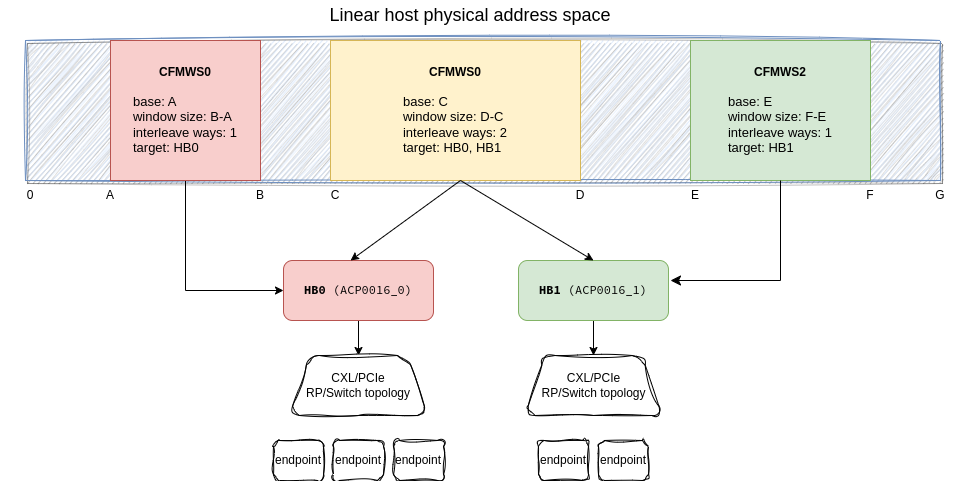
Above: docs/source/img-src/cfmws-0.png in computexpresslink/cxl-rtd (draw.io), before the change. Source tidied: cells renumbered, new cells last; positions are measured from the earlier drawing's top-left corner, leaving out a move shared by most shapes.
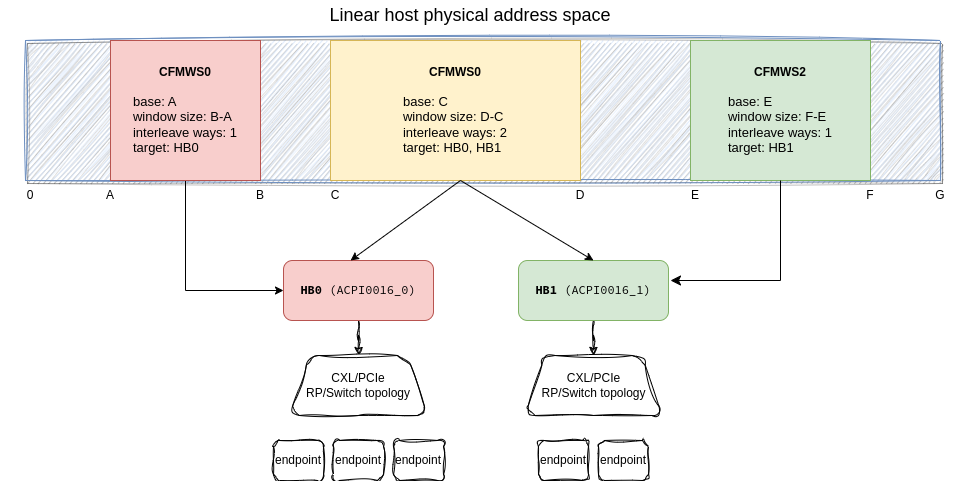
After the commit.

Change to the diagram source:
```diff
@@ -44,10 +44,10 @@
     <mxCell id="15" value="&lt;b&gt;CFMWS0&lt;br&gt;&lt;/b&gt;&lt;br&gt;&lt;div style=&quot;text-align: left; font-size: 13px;&quot;&gt;&lt;span style=&quot;background-color: initial;&quot;&gt;&lt;font style=&quot;font-size: 13px;&quot;&gt;base: C&lt;/font&gt;&lt;/span&gt;&lt;/div&gt;&lt;div style=&quot;text-align: left; font-size: 13px;&quot;&gt;&lt;span style=&quot;background-color: initial;&quot;&gt;&lt;font style=&quot;font-size: 13px;&quot;&gt;window size: D-C&lt;/font&gt;&lt;/span&gt;&lt;/div&gt;&lt;div style=&quot;text-align: left; font-size: 13px;&quot;&gt;&lt;span style=&quot;background-color: initial;&quot;&gt;&lt;font style=&quot;font-size: 13px;&quot;&gt;interleave ways: 2&lt;/font&gt;&lt;/span&gt;&lt;/div&gt;&lt;div style=&quot;text-align: left; font-size: 13px;&quot;&gt;&lt;span style=&quot;background-color: initial;&quot;&gt;target: HB0, HB1&lt;/span&gt;&lt;br&gt;&lt;/div&gt;" style="rounded=0;whiteSpace=wrap;html=1;fillColor=#fff2cc;strokeColor=#d6b656;" parent="1" vertex="1">
       <mxGeometry x="330" y="40" width="250" height="140" as="geometry" />
     </mxCell>
-    <mxCell id="16" style="edgeStyle=orthogonalEdgeStyle;rounded=0;jettySize=auto;html=1;" parent="1" edge="1" source="17" target="18">
+    <mxCell id="16" style="edgeStyle=orthogonalEdgeStyle;rounded=0;jettySize=auto;html=1;sketch=1;curveFitting=1;jiggle=2;" parent="1" edge="1" source="17" target="18">
       <mxGeometry relative="1" as="geometry" />
     </mxCell>
-    <mxCell id="17" value="&lt;pre&gt;&lt;b&gt;HB1&lt;/b&gt; (ACP0016_1)&lt;/pre&gt;" style="rounded=1;whiteSpace=wrap;html=1;fillColor=#d5e8d4;strokeColor=#82b366;" parent="1" vertex="1">
+    <mxCell id="17" value="&lt;pre&gt;&lt;b&gt;HB1&lt;/b&gt; (ACPI0016_1)&lt;/pre&gt;" style="rounded=1;whiteSpace=wrap;html=1;fillColor=#d5e8d4;strokeColor=#82b366;" parent="1" vertex="1">
       <mxGeometry x="518" y="260" width="150" height="60" as="geometry" />
     </mxCell>
     <mxCell id="18" value="CXL/PCIe&lt;br&gt;RP/Switch&amp;nbsp;topology&lt;br&gt;" style="shape=trapezoid;perimeter=trapezoidPerimeter;whiteSpace=wrap;html=1;fixedSize=1;rounded=1;sketch=1;curveFitting=1;jiggle=2;" parent="1" vertex="1">
@@ -59,10 +59,10 @@
     <mxCell id="20" value="endpoint" style="rounded=1;whiteSpace=wrap;html=1;sketch=1;curveFitting=1;jiggle=2;" parent="1" vertex="1">
       <mxGeometry x="598" y="440" width="50" height="40" as="geometry" />
     </mxCell>
-    <mxCell id="21" style="edgeStyle=orthogonalEdgeStyle;rounded=0;jettySize=auto;html=1;" parent="1" edge="1" source="22" target="23">
+    <mxCell id="21" style="edgeStyle=orthogonalEdgeStyle;rounded=0;jettySize=auto;html=1;sketch=1;curveFitting=1;jiggle=2;" parent="1" edge="1" source="22" target="23">
       <mxGeometry relative="1" as="geometry" />
     </mxCell>
-    <mxCell id="22" value="&lt;pre&gt;&lt;b&gt;HB0&lt;/b&gt; (ACP0016_0)&lt;/pre&gt;" style="rounded=1;whiteSpace=wrap;html=1;fillColor=#f8cecc;strokeColor=#b85450;" parent="1" vertex="1">
+    <mxCell id="22" value="&lt;pre&gt;&lt;b&gt;HB0&lt;/b&gt; (ACPI0016_0)&lt;/pre&gt;" style="rounded=1;whiteSpace=wrap;html=1;fillColor=#f8cecc;strokeColor=#b85450;" parent="1" vertex="1">
       <mxGeometry x="283" y="260" width="150" height="60" as="geometry" />
     </mxCell>
     <mxCell id="23" value="CXL/PCIe &lt;br&gt;RP/Switch topology" style="shape=trapezoid;perimeter=trapezoidPerimeter;whiteSpace=wrap;html=1;fixedSize=1;rounded=1;sketch=1;curveFitting=1;jiggle=2;" parent="1" vertex="1">
```
